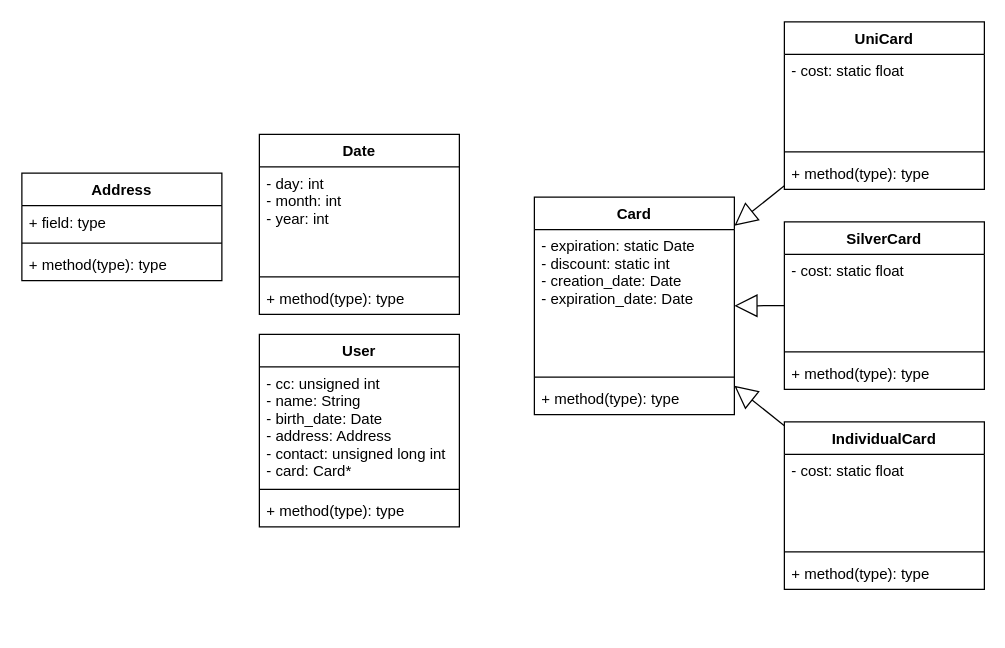
Earlier version of the draw.io diagram AEDA_proj1.drawio (tiagodusilva/FEUP-AEDA-Proj1). Source tidied: cells renumbered, new cells numbered last; positions are measured from the earlier drawing's top-left corner, leaving out a move shared by most shapes. Both pictures are drawn from the tidied source at 125%, with x=0, y=0 at pixel (21, 21).
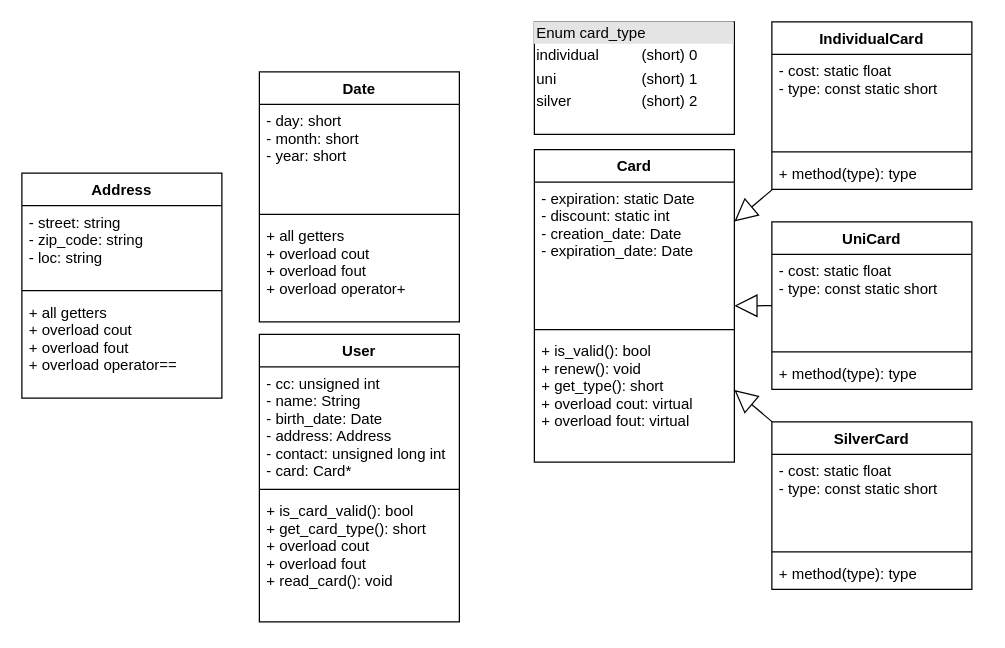
After the change.

Diff of the diagram source:
```diff
@@
     <mxCell id="2" value="Card" style="swimlane;fontStyle=1;align=center;verticalAlign=top;horizontal=1;startSize=26;" parent="1" vertex="1">
-      <mxGeometry x="410" y="140.2" width="160" height="174" as="geometry" />
+      <mxGeometry x="410" y="102.2" width="160" height="250" as="geometry" />
     </mxCell>
@@
-    <mxCell id="5" value="+ method(type): type" style="text;strokeColor=none;fillColor=none;align=left;verticalAlign=top;spacingLeft=4;spacingRight=4;overflow=hidden;" parent="2" vertex="1">
-      <mxGeometry y="148" width="160" height="26" as="geometry" />
+    <mxCell id="5" value="+ is_valid(): bool&#10;+ renew(): void&#10;+ get_type(): short&#10;+ overload cout: virtual&#10;+ overload fout: virtual&#10;" style="text;strokeColor=none;fillColor=none;align=left;verticalAlign=top;spacingLeft=4;spacingRight=4;overflow=hidden;" parent="2" vertex="1">
+      <mxGeometry y="148" width="160" height="102" as="geometry" />
     </mxCell>
     <mxCell id="6" value="User&#10;" style="swimlane;fontStyle=1;align=center;verticalAlign=top;horizontal=1;startSize=26;" parent="1" vertex="1">
-      <mxGeometry x="190" y="250" width="160" height="154" as="geometry" />
+      <mxGeometry x="190" y="250" width="160" height="230" as="geometry" />
     </mxCell>
@@
-    <mxCell id="9" value="+ method(type): type" style="text;strokeColor=none;fillColor=none;align=left;verticalAlign=top;spacingLeft=4;spacingRight=4;overflow=hidden;" parent="6" vertex="1">
-      <mxGeometry y="128" width="160" height="26" as="geometry" />
+    <mxCell id="9" value="+ is_card_valid(): bool&#10;+ get_card_type(): short&#10;+ overload cout&#10;+ overload fout&#10;+ read_card(): void&#10;&#10;" style="text;strokeColor=none;fillColor=none;align=left;verticalAlign=top;spacingLeft=4;spacingRight=4;overflow=hidden;" parent="6" vertex="1">
+      <mxGeometry y="128" width="160" height="102" as="geometry" />
     </mxCell>
     <mxCell id="10" value="Date" style="swimlane;fontStyle=1;align=center;verticalAlign=top;horizontal=1;startSize=26;" parent="1" vertex="1">
-      <mxGeometry x="190" y="90" width="160" height="144" as="geometry" />
+      <mxGeometry x="190" y="40" width="160" height="200" as="geometry" />
     </mxCell>
-    <mxCell id="11" value="- day: int&#10;- month: int&#10;- year: int&#10;" style="text;strokeColor=none;fillColor=none;align=left;verticalAlign=top;spacingLeft=4;spacingRight=4;overflow=hidden;" parent="10" vertex="1">
+    <mxCell id="11" value="- day: short&#10;- month: short&#10;- year: short&#10;" style="text;strokeColor=none;fillColor=none;align=left;verticalAlign=top;spacingLeft=4;spacingRight=4;overflow=hidden;" parent="10" vertex="1">
       <mxGeometry y="26" width="160" height="84" as="geometry" />
     </mxCell>
@@
-    <mxCell id="13" value="+ method(type): type" style="text;strokeColor=none;fillColor=none;align=left;verticalAlign=top;spacingLeft=4;spacingRight=4;overflow=hidden;" parent="10" vertex="1">
-      <mxGeometry y="118" width="160" height="26" as="geometry" />
+    <mxCell id="13" value="+ all getters&#10;+ overload cout&#10;+ overload fout&#10;+ overload operator+&#10;" style="text;strokeColor=none;fillColor=none;align=left;verticalAlign=top;spacingLeft=4;spacingRight=4;overflow=hidden;" parent="10" vertex="1">
+      <mxGeometry y="118" width="160" height="82" as="geometry" />
     </mxCell>
     <mxCell id="14" value="UniCard" style="swimlane;fontStyle=1;align=center;verticalAlign=top;horizontal=1;startSize=26;" parent="1" vertex="1">
-      <mxGeometry x="610" width="160" height="134" as="geometry" />
+      <mxGeometry x="600" y="160" width="160" height="134" as="geometry" />
     </mxCell>
-    <mxCell id="15" value="- cost: static float" style="text;strokeColor=none;fillColor=none;align=left;verticalAlign=top;spacingLeft=4;spacingRight=4;overflow=hidden;" parent="14" vertex="1">
+    <mxCell id="15" value="- cost: static float&#10;- type: const static short&#10;" style="text;strokeColor=none;fillColor=none;align=left;verticalAlign=top;spacingLeft=4;spacingRight=4;overflow=hidden;" parent="14" vertex="1">
       <mxGeometry y="26" width="160" height="74" as="geometry" />
     </mxCell>
@@
     <mxCell id="19" value="SilverCard" style="swimlane;fontStyle=1;align=center;verticalAlign=top;horizontal=1;startSize=26;" parent="1" vertex="1">
-      <mxGeometry x="610" y="160" width="160" height="134" as="geometry" />
+      <mxGeometry x="600" y="320" width="160" height="134" as="geometry" />
     </mxCell>
-    <mxCell id="20" value="- cost: static float" style="text;strokeColor=none;fillColor=none;align=left;verticalAlign=top;spacingLeft=4;spacingRight=4;overflow=hidden;" parent="19" vertex="1">
+    <mxCell id="20" value="- cost: static float&#10;- type: const static short&#10;" style="text;strokeColor=none;fillColor=none;align=left;verticalAlign=top;spacingLeft=4;spacingRight=4;overflow=hidden;" parent="19" vertex="1">
       <mxGeometry y="26" width="160" height="74" as="geometry" />
     </mxCell>
@@
     <mxCell id="24" value="IndividualCard" style="swimlane;fontStyle=1;align=center;verticalAlign=top;horizontal=1;startSize=26;" parent="1" vertex="1">
-      <mxGeometry x="610" y="320" width="160" height="134" as="geometry" />
+      <mxGeometry x="600" width="160" height="134" as="geometry" />
     </mxCell>
-    <mxCell id="25" value="- cost: static float" style="text;strokeColor=none;fillColor=none;align=left;verticalAlign=top;spacingLeft=4;spacingRight=4;overflow=hidden;" parent="24" vertex="1">
+    <mxCell id="25" value="- cost: static float&#10;- type: const static short&#10;" style="text;strokeColor=none;fillColor=none;align=left;verticalAlign=top;spacingLeft=4;spacingRight=4;overflow=hidden;" parent="24" vertex="1">
       <mxGeometry y="26" width="160" height="74" as="geometry" />
     </mxCell>
@@
     <mxCell id="29" value="Address" style="swimlane;fontStyle=1;align=center;verticalAlign=top;horizontal=1;startSize=26;" parent="1" vertex="1">
-      <mxGeometry y="121" width="160" height="86" as="geometry" />
+      <mxGeometry y="121" width="160" height="180" as="geometry" />
     </mxCell>
-    <mxCell id="30" value="+ field: type" style="text;strokeColor=none;fillColor=none;align=left;verticalAlign=top;spacingLeft=4;spacingRight=4;overflow=hidden;" parent="29" vertex="1">
-      <mxGeometry y="26" width="160" height="26" as="geometry" />
+    <mxCell id="30" value="- street: string&#10;- zip_code: string&#10;- loc: string&#10;" style="text;strokeColor=none;fillColor=none;align=left;verticalAlign=top;spacingLeft=4;spacingRight=4;overflow=hidden;" parent="29" vertex="1">
+      <mxGeometry y="26" width="160" height="64" as="geometry" />
     </mxCell>
     <mxCell id="31" style="line;strokeWidth=1;fillColor=none;align=left;verticalAlign=middle;spacingTop=-1;spacingLeft=3;spacingRight=3;labelPosition=right;" parent="29" vertex="1">
-      <mxGeometry y="52" width="160" height="8" as="geometry" />
+      <mxGeometry y="90" width="160" height="8" as="geometry" />
     </mxCell>
-    <mxCell id="32" value="+ method(type): type" style="text;strokeColor=none;fillColor=none;align=left;verticalAlign=top;spacingLeft=4;spacingRight=4;overflow=hidden;" parent="29" vertex="1">
-      <mxGeometry y="60" width="160" height="26" as="geometry" />
+    <mxCell id="32" value="+ all getters&#10;+ overload cout&#10;+ overload fout&#10;+ overload operator==&#10;&#10;" style="text;strokeColor=none;fillColor=none;align=left;verticalAlign=top;spacingLeft=4;spacingRight=4;overflow=hidden;" parent="29" vertex="1">
+      <mxGeometry y="98" width="160" height="82" as="geometry" />
     </mxCell>
+    <mxCell id="33" value="&lt;div style=&quot;box-sizing: border-box ; width: 100% ; background: #e4e4e4 ; padding: 2px&quot;&gt;Enum card_type&lt;br&gt;&lt;/div&gt;&lt;table style=&quot;width: 100% ; font-size: 1em&quot; cellspacing=&quot;0&quot; cellpadding=&quot;2&quot;&gt;&lt;tbody&gt;&lt;tr&gt;&lt;td&gt;individual&lt;/td&gt;&lt;td&gt;(short) 0&lt;br&gt;&lt;/td&gt;&lt;/tr&gt;&lt;tr&gt;&lt;td&gt;uni&lt;br&gt;&lt;/td&gt;&lt;td&gt;(short) 1&lt;br&gt;&lt;/td&gt;&lt;/tr&gt;&lt;tr&gt;&lt;td&gt;silver&lt;br&gt;&lt;/td&gt;&lt;td&gt;(short) 2&lt;br&gt;&lt;/td&gt;&lt;/tr&gt;&lt;/tbody&gt;&lt;/table&gt;" style="verticalAlign=top;align=left;overflow=fill;html=1;" parent="1" vertex="1">
+      <mxGeometry x="410" width="160" height="90" as="geometry" />
+    </mxCell>
```
